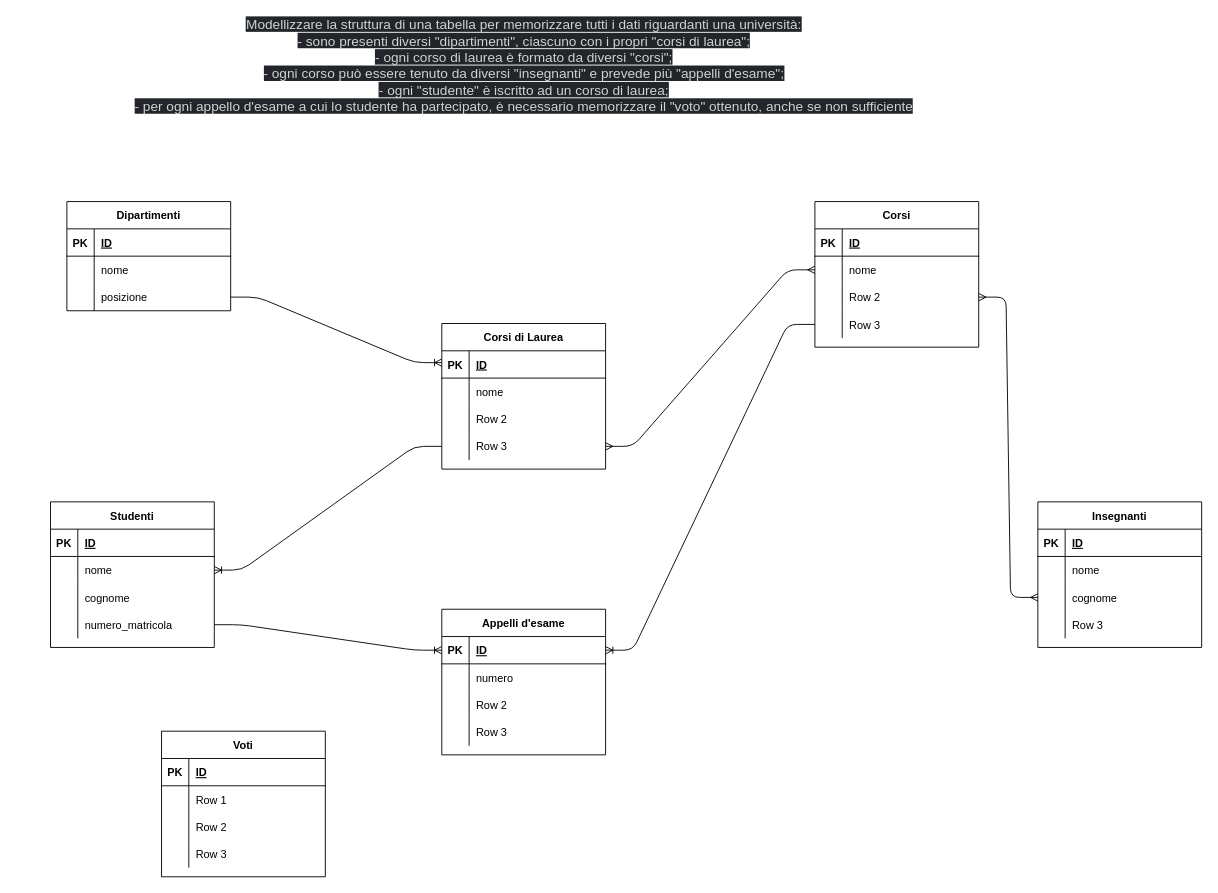
The draw.io diagram db-university.drawio in pollohultima/db-university, before the edit. Source tidied: cells renumbered, new cells numbered last; positions are measured from the earlier drawing's top-left corner, leaving out a move shared by most shapes. Both pictures are drawn from the tidied source at 91%, with x=0, y=0 at pixel (50, 19).
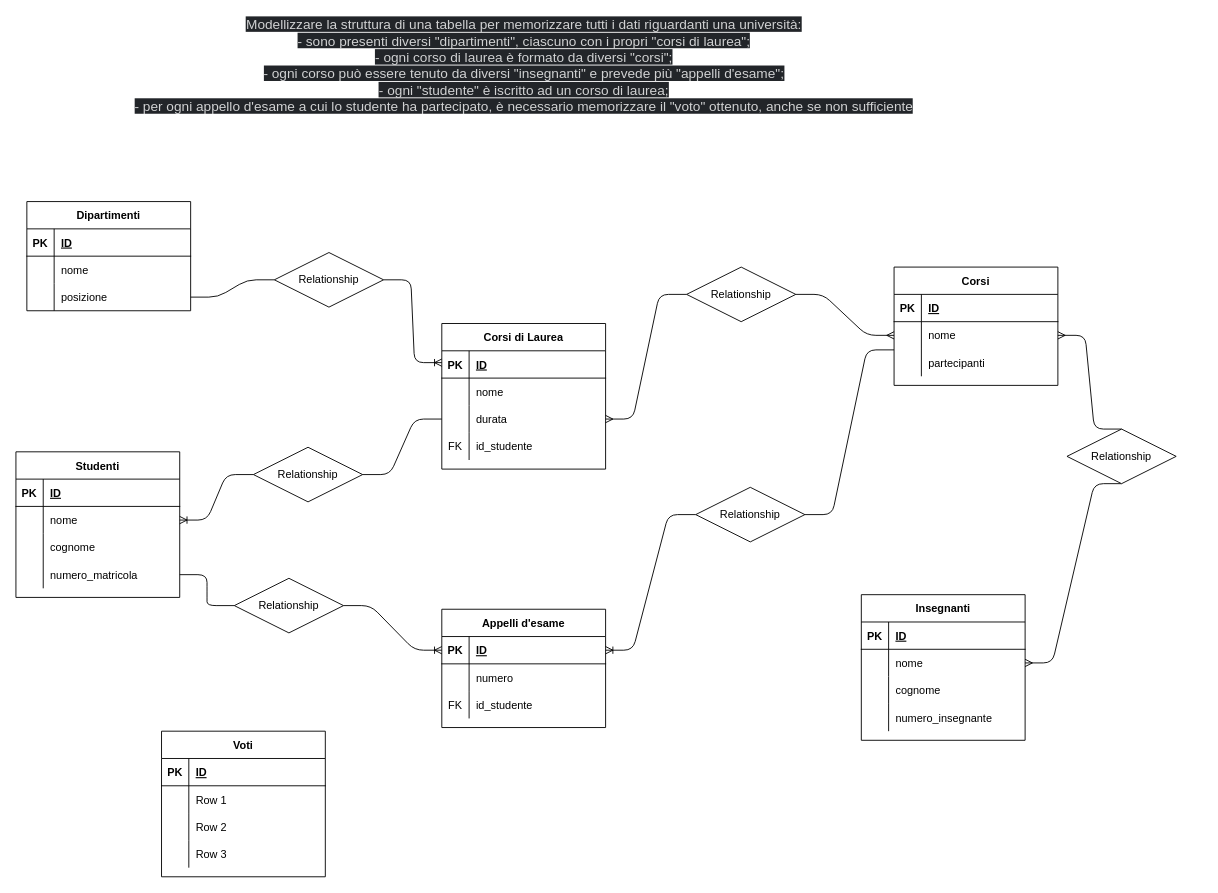
The same page after the edit.

Unchanged cells that the change refers to:
```xml
<mxCell id="10" style="shape=partialRectangle;fillColor=none;top=0;left=0;bottom=0;right=0;points=[[0,0.5],[1,0.5]];portConstraint=eastwest;" parent="3" vertex="1">
  <mxGeometry y="90" width="180" height="30" as="geometry" />
</mxCell>
<mxCell id="13" value="Corsi di Laurea" style="shape=table;startSize=30;childLayout=tableLayout;rowLines=0;fontStyle=1;align=center;" parent="1" vertex="1">
  <mxGeometry x="430" y="334" width="180" height="160" as="geometry" />
</mxCell>
<mxCell id="14" style="shape=partialRectangle;fillColor=none;top=0;left=0;bottom=1;right=0;points=[[0,0.5],[1,0.5]];portConstraint=eastwest;" parent="13" vertex="1">
  <mxGeometry y="30" width="180" height="30" as="geometry" />
</mxCell>
<mxCell id="30" style="shape=partialRectangle;fillColor=none;top=0;left=0;bottom=0;right=0;points=[[0,0.5],[1,0.5]];portConstraint=eastwest;" parent="26" vertex="1">
  <mxGeometry y="60" width="180" height="30" as="geometry" />
</mxCell>
<mxCell id="43" style="shape=partialRectangle;fillColor=none;top=0;left=0;bottom=0;right=0;points=[[0,0.5],[1,0.5]];portConstraint=eastwest;" parent="39" vertex="1">
  <mxGeometry y="60" width="180" height="30" as="geometry" />
</mxCell>
<mxCell id="46" style="shape=partialRectangle;fillColor=none;top=0;left=0;bottom=0;right=0;points=[[0,0.5],[1,0.5]];portConstraint=eastwest;" parent="39" vertex="1">
  <mxGeometry y="90" width="180" height="30" as="geometry" />
</mxCell>
<mxCell id="53" style="shape=partialRectangle;fillColor=none;top=0;left=0;bottom=1;right=0;points=[[0,0.5],[1,0.5]];portConstraint=eastwest;" parent="52" vertex="1">
  <mxGeometry y="30" width="180" height="30" as="geometry" />
</mxCell>
<mxCell id="59" style="shape=partialRectangle;fillColor=none;top=0;left=0;bottom=0;right=0;" parent="52" vertex="1">
  <mxGeometry y="90" width="180" height="30" as="geometry" />
</mxCell>
<mxCell id="69" style="shape=partialRectangle;fillColor=none;top=0;left=0;bottom=0;right=0;points=[[0,0.5],[1,0.5]];portConstraint=eastwest;" parent="65" vertex="1">
  <mxGeometry y="60" width="180" height="30" as="geometry" />
</mxCell>
<mxCell id="75" style="shape=partialRectangle;fillColor=none;top=0;left=0;bottom=0;right=0;points=[[0,0.5],[1,0.5]];portConstraint=eastwest;" parent="65" vertex="1">
  <mxGeometry y="120" width="180" height="30" as="geometry" />
</mxCell>
```

Change to the diagram source:
```diff
@@
     <mxCell id="3" value="Dipartimenti" style="shape=table;startSize=30;childLayout=tableLayout;rowLines=0;fontStyle=1;align=center;" parent="1" vertex="1">
-      <mxGeometry x="18" y="200" width="180" height="120" as="geometry" />
+      <mxGeometry x="-26" y="200" width="180" height="120" as="geometry" />
     </mxCell>
@@
-    <mxCell id="20" style="shape=partialRectangle;fillColor=none;top=0;left=0;bottom=0;right=0;" parent="13" vertex="1">
-      <mxGeometry y="90" width="180" height="30" as="geometry" />
-    </mxCell>
-    <mxCell id="21" style="shape=partialRectangle;fillColor=none;top=0;left=0;bottom=0;right=0;overflow=hidden;" parent="20" vertex="1">
-      <mxGeometry width="30" height="30" as="geometry" />
-    </mxCell>
-    <mxCell id="22" value="Row 2" style="shape=partialRectangle;fillColor=none;top=0;left=0;bottom=0;right=0;align=left;spacingLeft=6;overflow=hidden;" parent="20" vertex="1">
-      <mxGeometry x="30" width="150" height="30" as="geometry" />
-    </mxCell>
     <mxCell id="23" style="shape=partialRectangle;fillColor=none;top=0;left=0;bottom=0;right=0;points=[[0,0.5],[1,0.5]];portConstraint=eastwest;" parent="13" vertex="1">
-      <mxGeometry y="120" width="180" height="30" as="geometry" />
+      <mxGeometry y="90" width="180" height="30" as="geometry" />
     </mxCell>
@@
-    <mxCell id="25" value="Row 3" style="shape=partialRectangle;fillColor=none;top=0;left=0;bottom=0;right=0;align=left;spacingLeft=6;overflow=hidden;" parent="23" vertex="1">
+    <mxCell id="25" value="durata" style="shape=partialRectangle;fillColor=none;top=0;left=0;bottom=0;right=0;align=left;spacingLeft=6;overflow=hidden;" parent="23" vertex="1">
       <mxGeometry x="30" width="150" height="30" as="geometry" />
     </mxCell>
+    <mxCell id="97" style="shape=partialRectangle;fillColor=none;top=0;left=0;bottom=0;right=0;" parent="13" vertex="1">
+      <mxGeometry y="120" width="180" height="30" as="geometry" />
+    </mxCell>
+    <mxCell id="98" value="FK" style="shape=partialRectangle;fillColor=none;top=0;left=0;bottom=0;right=0;overflow=hidden;" parent="97" vertex="1">
+      <mxGeometry width="30" height="30" as="geometry" />
+    </mxCell>
+    <mxCell id="99" value="id_studente" style="shape=partialRectangle;fillColor=none;top=0;left=0;bottom=0;right=0;align=left;spacingLeft=6;overflow=hidden;" parent="97" vertex="1">
+      <mxGeometry x="30" width="150" height="30" as="geometry" />
+    </mxCell>
     <mxCell id="26" value="Corsi" style="shape=table;startSize=30;childLayout=tableLayout;rowLines=0;fontStyle=1;align=center;" parent="1" vertex="1">
-      <mxGeometry x="840" y="200" width="180" height="160" as="geometry" />
+      <mxGeometry x="927" y="272" width="180" height="130" as="geometry" />
     </mxCell>
@@
-    <mxCell id="33" style="shape=partialRectangle;fillColor=none;top=0;left=0;bottom=0;right=0;points=[[0,0.5],[1,0.5]];portConstraint=eastwest;" parent="26" vertex="1">
-      <mxGeometry y="90" width="180" height="30" as="geometry" />
-    </mxCell>
-    <mxCell id="34" style="shape=partialRectangle;fillColor=none;top=0;left=0;bottom=0;right=0;overflow=hidden;" parent="33" vertex="1">
-      <mxGeometry width="30" height="30" as="geometry" />
-    </mxCell>
-    <mxCell id="35" value="Row 2" style="shape=partialRectangle;fillColor=none;top=0;left=0;bottom=0;right=0;align=left;spacingLeft=6;overflow=hidden;" parent="33" vertex="1">
-      <mxGeometry x="30" width="150" height="30" as="geometry" />
-    </mxCell>
-    <mxCell id="36" style="shape=partialRectangle;fillColor=none;top=0;left=0;bottom=0;right=0;points=[[0,0.5],[1,0.5]];portConstraint=eastwest;" parent="26" vertex="1">
-      <mxGeometry y="120" width="180" height="30" as="geometry" />
-    </mxCell>
-    <mxCell id="37" style="shape=partialRectangle;fillColor=none;top=0;left=0;bottom=0;right=0;overflow=hidden;" parent="36" vertex="1">
-      <mxGeometry width="30" height="30" as="geometry" />
-    </mxCell>
-    <mxCell id="38" value="Row 3" style="shape=partialRectangle;fillColor=none;top=0;left=0;bottom=0;right=0;align=left;spacingLeft=6;overflow=hidden;" parent="36" vertex="1">
-      <mxGeometry x="30" width="150" height="30" as="geometry" />
-    </mxCell>
+    <mxCell id="100" style="shape=partialRectangle;fillColor=none;top=0;left=0;bottom=0;right=0;" parent="26" vertex="1">
+      <mxGeometry y="90" width="180" height="30" as="geometry" />
+    </mxCell>
+    <mxCell id="101" style="shape=partialRectangle;fillColor=none;top=0;left=0;bottom=0;right=0;overflow=hidden;" parent="100" vertex="1">
+      <mxGeometry width="30" height="30" as="geometry" />
+    </mxCell>
+    <mxCell id="102" value="partecipanti" style="shape=partialRectangle;fillColor=none;top=0;left=0;bottom=0;right=0;align=left;spacingLeft=6;overflow=hidden;" parent="100" vertex="1">
+      <mxGeometry x="30" width="150" height="30" as="geometry" />
+    </mxCell>
     <mxCell id="39" value="Insegnanti" style="shape=table;startSize=30;childLayout=tableLayout;rowLines=0;fontStyle=1;align=center;" parent="1" vertex="1">
-      <mxGeometry x="1085" y="530" width="180" height="160" as="geometry" />
+      <mxGeometry x="891" y="632" width="180" height="160" as="geometry" />
     </mxCell>
@@
-    <mxCell id="49" style="shape=partialRectangle;fillColor=none;top=0;left=0;bottom=0;right=0;" parent="39" vertex="1">
-      <mxGeometry y="120" width="180" height="30" as="geometry" />
-    </mxCell>
-    <mxCell id="50" style="shape=partialRectangle;fillColor=none;top=0;left=0;bottom=0;right=0;overflow=hidden;" parent="49" vertex="1">
-      <mxGeometry width="30" height="30" as="geometry" />
-    </mxCell>
-    <mxCell id="51" value="Row 3" style="shape=partialRectangle;fillColor=none;top=0;left=0;bottom=0;right=0;align=left;spacingLeft=6;overflow=hidden;" parent="49" vertex="1">
-      <mxGeometry x="30" width="150" height="30" as="geometry" />
-    </mxCell>
+    <mxCell id="103" style="shape=partialRectangle;fillColor=none;top=0;left=0;bottom=0;right=0;" parent="39" vertex="1">
+      <mxGeometry y="120" width="180" height="30" as="geometry" />
+    </mxCell>
+    <mxCell id="104" style="shape=partialRectangle;fillColor=none;top=0;left=0;bottom=0;right=0;overflow=hidden;" parent="103" vertex="1">
+      <mxGeometry width="30" height="30" as="geometry" />
+    </mxCell>
+    <mxCell id="105" value="numero_insegnante" style="shape=partialRectangle;fillColor=none;top=0;left=0;bottom=0;right=0;align=left;spacingLeft=6;overflow=hidden;" parent="103" vertex="1">
+      <mxGeometry x="30" width="150" height="30" as="geometry" />
+    </mxCell>
     <mxCell id="52" value="Appelli d'esame" style="shape=table;startSize=30;childLayout=tableLayout;rowLines=0;fontStyle=1;align=center;" parent="1" vertex="1">
-      <mxGeometry x="430" y="648" width="180" height="160" as="geometry" />
+      <mxGeometry x="430" y="648" width="180" height="130" as="geometry" />
     </mxCell>
@@
-    <mxCell id="60" style="shape=partialRectangle;fillColor=none;top=0;left=0;bottom=0;right=0;overflow=hidden;" parent="59" vertex="1">
+    <mxCell id="60" value="FK" style="shape=partialRectangle;fillColor=none;top=0;left=0;bottom=0;right=0;overflow=hidden;" parent="59" vertex="1">
       <mxGeometry width="30" height="30" as="geometry" />
     </mxCell>
-    <mxCell id="61" value="Row 2" style="shape=partialRectangle;fillColor=none;top=0;left=0;bottom=0;right=0;align=left;spacingLeft=6;overflow=hidden;" parent="59" vertex="1">
+    <mxCell id="61" value="id_studente" style="shape=partialRectangle;fillColor=none;top=0;left=0;bottom=0;right=0;align=left;spacingLeft=6;overflow=hidden;" parent="59" vertex="1">
       <mxGeometry x="30" width="150" height="30" as="geometry" />
     </mxCell>
-    <mxCell id="62" style="shape=partialRectangle;fillColor=none;top=0;left=0;bottom=0;right=0;" parent="52" vertex="1">
-      <mxGeometry y="120" width="180" height="30" as="geometry" />
-    </mxCell>
-    <mxCell id="63" style="shape=partialRectangle;fillColor=none;top=0;left=0;bottom=0;right=0;overflow=hidden;" parent="62" vertex="1">
-      <mxGeometry width="30" height="30" as="geometry" />
-    </mxCell>
-    <mxCell id="64" value="Row 3" style="shape=partialRectangle;fillColor=none;top=0;left=0;bottom=0;right=0;align=left;spacingLeft=6;overflow=hidden;" parent="62" vertex="1">
-      <mxGeometry x="30" width="150" height="30" as="geometry" />
-    </mxCell>
     <mxCell id="65" value="Studenti" style="shape=table;startSize=30;childLayout=tableLayout;rowLines=0;fontStyle=1;align=center;" parent="1" vertex="1">
-      <mxGeometry y="530" width="180" height="160" as="geometry" />
+      <mxGeometry x="-38" y="475" width="180" height="160" as="geometry" />
     </mxCell>
@@
-    <mxCell id="91" style="edgeStyle=entityRelationEdgeStyle;fontSize=12;html=1;endArrow=ERoneToMany;entryX=0;entryY=0.433;entryDx=0;entryDy=0;entryPerimeter=0;exitX=1;exitY=0.5;exitDx=0;exitDy=0;" parent="1" edge="1" source="10" target="14">
+    <mxCell id="91" style="edgeStyle=entityRelationEdgeStyle;fontSize=12;html=1;endArrow=ERoneToMany;entryX=0;entryY=0.433;entryDx=0;entryDy=0;entryPerimeter=0;exitX=1;exitY=0.5;exitDx=0;exitDy=0;startArrow=none;" parent="1" edge="1" source="106" target="14">
       <mxGeometry relative="1" as="geometry" />
     </mxCell>
-    <mxCell id="92" style="edgeStyle=entityRelationEdgeStyle;fontSize=12;html=1;endArrow=ERmany;startArrow=ERmany;exitX=1;exitY=0.5;exitDx=0;exitDy=0;entryX=0;entryY=0.5;entryDx=0;entryDy=0;" parent="1" edge="1" source="23" target="30">
+    <mxCell id="92" style="edgeStyle=entityRelationEdgeStyle;fontSize=12;html=1;endArrow=ERmany;startArrow=none;exitX=1;exitY=0.5;exitDx=0;exitDy=0;entryX=0;entryY=0.5;entryDx=0;entryDy=0;" parent="1" edge="1" source="116" target="30">
       <mxGeometry relative="1" as="geometry" />
     </mxCell>
-    <mxCell id="93" style="edgeStyle=entityRelationEdgeStyle;fontSize=12;html=1;endArrow=ERoneToMany;entryX=1;entryY=0.5;entryDx=0;entryDy=0;exitX=0;exitY=0.5;exitDx=0;exitDy=0;" parent="1" edge="1" source="36" target="53">
+    <mxCell id="93" style="edgeStyle=entityRelationEdgeStyle;fontSize=12;html=1;endArrow=ERoneToMany;entryX=1;entryY=0.5;entryDx=0;entryDy=0;exitX=0;exitY=0.5;exitDx=0;exitDy=0;startArrow=none;" parent="1" edge="1" source="110" target="53">
       <mxGeometry relative="1" as="geometry" />
     </mxCell>
-    <mxCell id="94" style="edgeStyle=entityRelationEdgeStyle;fontSize=12;html=1;endArrow=ERoneToMany;exitX=0;exitY=0.5;exitDx=0;exitDy=0;" parent="1" edge="1" source="23" target="69">
+    <mxCell id="94" style="edgeStyle=entityRelationEdgeStyle;fontSize=12;html=1;endArrow=ERoneToMany;exitX=0;exitY=0.5;exitDx=0;exitDy=0;startArrow=none;" parent="1" edge="1" source="108" target="69">
       <mxGeometry relative="1" as="geometry" />
     </mxCell>
-    <mxCell id="95" style="edgeStyle=entityRelationEdgeStyle;fontSize=12;html=1;endArrow=ERmany;startArrow=ERmany;exitX=1;exitY=0.5;exitDx=0;exitDy=0;entryX=0;entryY=0.5;entryDx=0;entryDy=0;" parent="1" edge="1" source="33" target="46">
+    <mxCell id="95" style="edgeStyle=entityRelationEdgeStyle;fontSize=12;html=1;endArrow=ERmany;startArrow=none;exitX=0.5;exitY=1;exitDx=0;exitDy=0;entryX=1;entryY=0.5;entryDx=0;entryDy=0;" parent="1" edge="1" source="114" target="43">
       <mxGeometry relative="1" as="geometry" />
     </mxCell>
-    <mxCell id="96" style="edgeStyle=entityRelationEdgeStyle;fontSize=12;html=1;endArrow=ERoneToMany;exitX=1;exitY=0.5;exitDx=0;exitDy=0;entryX=0;entryY=0.5;entryDx=0;entryDy=0;" parent="1" edge="1" source="75" target="53">
+    <mxCell id="96" style="edgeStyle=entityRelationEdgeStyle;fontSize=12;html=1;endArrow=ERoneToMany;exitX=1;exitY=0.5;exitDx=0;exitDy=0;entryX=0;entryY=0.5;entryDx=0;entryDy=0;startArrow=none;" parent="1" edge="1" source="112" target="53">
       <mxGeometry relative="1" as="geometry" />
     </mxCell>
+    <mxCell id="106" value="Relationship" style="shape=rhombus;perimeter=rhombusPerimeter;whiteSpace=wrap;html=1;align=center;gradientColor=none;" parent="1" vertex="1">
+      <mxGeometry x="246" y="256" width="120" height="60" as="geometry" />
+    </mxCell>
+    <mxCell id="107" style="edgeStyle=entityRelationEdgeStyle;fontSize=12;html=1;endArrow=none;entryX=0;entryY=0.5;entryDx=0;entryDy=0;exitX=1;exitY=0.5;exitDx=0;exitDy=0;" parent="1" edge="1" source="10" target="106">
+      <mxGeometry relative="1" as="geometry" />
+    </mxCell>
+    <mxCell id="108" value="Relationship" style="shape=rhombus;perimeter=rhombusPerimeter;whiteSpace=wrap;html=1;align=center;gradientColor=none;" parent="1" vertex="1">
+      <mxGeometry x="223" y="470" width="120" height="60" as="geometry" />
+    </mxCell>
+    <mxCell id="109" style="edgeStyle=entityRelationEdgeStyle;fontSize=12;html=1;endArrow=none;exitX=0;exitY=0.5;exitDx=0;exitDy=0;" parent="1" edge="1" source="23" target="108">
+      <mxGeometry relative="1" as="geometry" />
+    </mxCell>
+    <mxCell id="110" value="Relationship" style="shape=rhombus;perimeter=rhombusPerimeter;whiteSpace=wrap;html=1;align=center;gradientColor=none;" parent="1" vertex="1">
+      <mxGeometry x="709" y="514" width="120" height="60" as="geometry" />
+    </mxCell>
+    <mxCell id="111" style="edgeStyle=entityRelationEdgeStyle;fontSize=12;html=1;endArrow=none;entryX=1;entryY=0.5;entryDx=0;entryDy=0;exitX=0;exitY=1.033;exitDx=0;exitDy=0;exitPerimeter=0;" parent="1" edge="1" source="30" target="110">
+      <mxGeometry relative="1" as="geometry" />
+    </mxCell>
+    <mxCell id="112" value="Relationship" style="shape=rhombus;perimeter=rhombusPerimeter;whiteSpace=wrap;html=1;align=center;gradientColor=none;" parent="1" vertex="1">
+      <mxGeometry x="202" y="614" width="120" height="60" as="geometry" />
+    </mxCell>
+    <mxCell id="113" style="edgeStyle=entityRelationEdgeStyle;fontSize=12;html=1;endArrow=none;exitX=1;exitY=0.5;exitDx=0;exitDy=0;entryX=0;entryY=0.5;entryDx=0;entryDy=0;" parent="1" edge="1" source="75" target="112">
+      <mxGeometry relative="1" as="geometry" />
+    </mxCell>
+    <mxCell id="114" value="Relationship" style="shape=rhombus;perimeter=rhombusPerimeter;whiteSpace=wrap;html=1;align=center;gradientColor=none;" parent="1" vertex="1">
+      <mxGeometry x="1117" y="450" width="120" height="60" as="geometry" />
+    </mxCell>
+    <mxCell id="115" style="edgeStyle=entityRelationEdgeStyle;fontSize=12;html=1;endArrow=none;startArrow=ERmany;exitX=1;exitY=0.5;exitDx=0;exitDy=0;entryX=0.5;entryY=0;entryDx=0;entryDy=0;" parent="1" edge="1" source="30" target="114">
+      <mxGeometry relative="1" as="geometry" />
+    </mxCell>
+    <mxCell id="116" value="Relationship" style="shape=rhombus;perimeter=rhombusPerimeter;whiteSpace=wrap;html=1;align=center;gradientColor=none;" parent="1" vertex="1">
+      <mxGeometry x="699" y="272" width="120" height="60" as="geometry" />
+    </mxCell>
+    <mxCell id="117" style="edgeStyle=entityRelationEdgeStyle;fontSize=12;html=1;endArrow=none;startArrow=ERmany;exitX=1;exitY=0.5;exitDx=0;exitDy=0;entryX=0;entryY=0.5;entryDx=0;entryDy=0;" parent="1" edge="1" source="23" target="116">
+      <mxGeometry relative="1" as="geometry" />
+    </mxCell>
```
